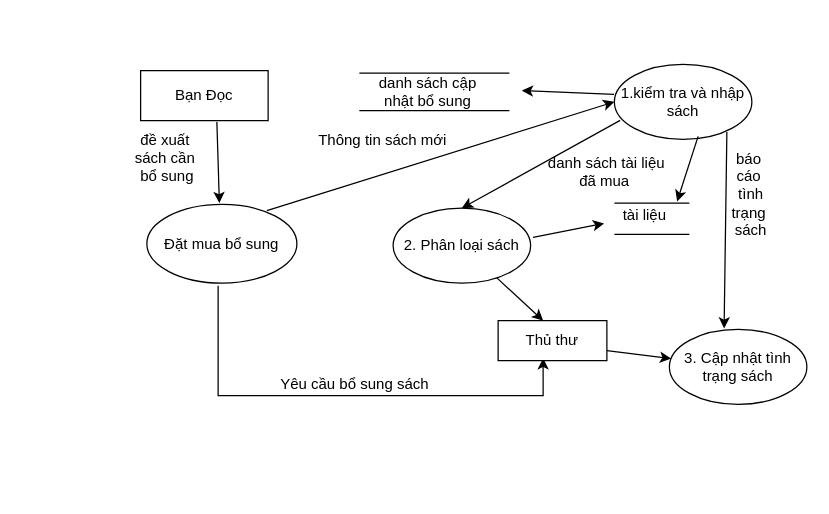
Above: page "sơ đồ mức dưới đỉnh quản lí sách" (6 of 8) of Nhóm 1.drawio in Nguyenquynh235/DoAnNhom1 (draw.io), before the change. Source tidied: cells renumbered, new cells numbered last; positions are measured from the earlier drawing's top-left corner, leaving out a move shared by most shapes. Both pictures are drawn from the tidied source at 125%, with x=0, y=0 at pixel (122, 64).
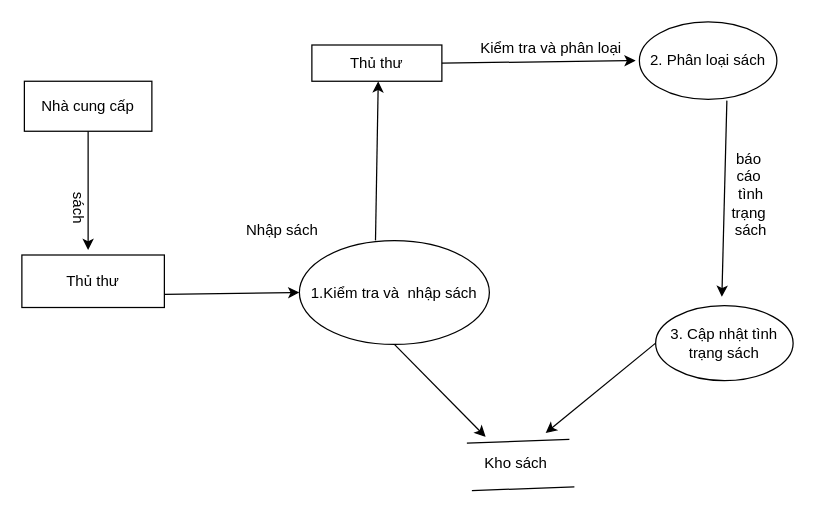
After the change.

Commit message (it also covers changes not shown here):
Cập nhật Nhóm 1.drawio

Diff of the diagram source:
```diff
@@
-    <mxCell id="2" style="edgeStyle=orthogonalEdgeStyle;rounded=0;jettySize=auto;html=1;exitX=0;exitY=0.5;exitDx=0;exitDy=0;" parent="1" edge="1" source="3">
-      <mxGeometry relative="1" as="geometry">
-        <mxPoint x="26" y="25" as="targetPoint" />
-      </mxGeometry>
-    </mxCell>
-    <mxCell id="3" value="Bạn Đọc" style="rounded=0;whiteSpace=wrap;html=1;" parent="1" vertex="1">
-      <mxGeometry x="14" y="5" width="102" height="40" as="geometry" />
+    <mxCell id="3" value="Nhà cung cấp" style="rounded=0;whiteSpace=wrap;html=1;" parent="1" vertex="1">
+      <mxGeometry x="-79" y="13.5" width="102" height="40" as="geometry" />
     </mxCell>
-    <mxCell id="4" style="endArrow=classic;html=1;rounded=0;" parent="1" edge="1">
+    <mxCell id="4" style="endArrow=classic;html=1;rounded=0;exitX=0.5;exitY=1;exitDx=0;exitDy=0;" parent="1" edge="1" source="3">
       <mxGeometry relative="1" as="geometry">
-        <mxPoint x="75" y="46" as="sourcePoint" />
-        <mxPoint x="77" y="111" as="targetPoint" />
+        <mxPoint x="-28" y="148.5" as="targetPoint" />
       </mxGeometry>
     </mxCell>
-    <mxCell id="5" style="endArrow=none;html=1;rounded=0;" parent="1" edge="1">
-      <mxGeometry relative="1" as="geometry">
-        <mxPoint x="309" y="7" as="sourcePoint" />
-        <mxPoint x="189" y="7" as="targetPoint" />
-      </mxGeometry>
-    </mxCell>
-    <mxCell id="6" style="endArrow=none;html=1;rounded=0;" parent="1" edge="1">
-      <mxGeometry relative="1" as="geometry">
-        <mxPoint x="309" y="37" as="sourcePoint" />
-        <mxPoint x="189" y="37" as="targetPoint" />
-      </mxGeometry>
-    </mxCell>
-    <mxCell id="7" value="danh sách cập nhật bổ sung" style="text;html=1;align=center;verticalAlign=middle;whiteSpace=wrap;rounded=0;" parent="1" vertex="1">
-      <mxGeometry x="199" y="7" width="90" height="30" as="geometry" />
-    </mxCell>
-    <mxCell id="8" value="2. Phân loại sách" style="ellipse;whiteSpace=wrap;html=1;" parent="1" vertex="1">
-      <mxGeometry x="216" y="115" width="110" height="60" as="geometry" />
+    <mxCell id="8" value="1.Kiểm tra và&amp;nbsp; nhập sách" style="ellipse;whiteSpace=wrap;html=1;" parent="1" vertex="1">
+      <mxGeometry x="141" y="141" width="152" height="83" as="geometry" />
     </mxCell>
     <mxCell id="9" value="3. Cập nhật tình trạng sách" style="ellipse;whiteSpace=wrap;html=1;" parent="1" vertex="1">
-      <mxGeometry x="437" y="212" width="110" height="60" as="geometry" />
+      <mxGeometry x="426" y="193" width="110" height="60" as="geometry" />
     </mxCell>
-    <mxCell id="10" value="danh sách tài liệu đã mua&amp;nbsp;" style="text;html=1;align=center;verticalAlign=middle;whiteSpace=wrap;rounded=0;strokeColor=none;" parent="1" vertex="1">
-      <mxGeometry x="337" y="66" width="100" height="40" as="geometry" />
-    </mxCell>
-    <mxCell id="11" style="endArrow=none;html=1;rounded=0;" parent="1" edge="1">
-      <mxGeometry relative="1" as="geometry">
-        <mxPoint x="453" y="111" as="sourcePoint" />
-        <mxPoint x="393" y="111" as="targetPoint" />
-      </mxGeometry>
-    </mxCell>
-    <mxCell id="12" style="endArrow=none;html=1;rounded=0;" parent="1" edge="1">
-      <mxGeometry relative="1" as="geometry">
-        <mxPoint x="453" y="136" as="sourcePoint" />
-        <mxPoint x="393" y="136" as="targetPoint" />
-      </mxGeometry>
-    </mxCell>
-    <mxCell id="13" value="tài liệu" style="text;html=1;align=center;verticalAlign=middle;points=[];strokeColor=none;fillColor=none;" parent="1" vertex="1">
-      <mxGeometry x="387" y="106" width="60" height="30" as="geometry" />
-    </mxCell>
-    <mxCell id="14" style="endArrow=classic;html=1;rounded=0;exitX=1;exitY=0.75;exitDx=0;exitDy=0;" parent="1" edge="1" source="29" target="9">
-      <mxGeometry relative="1" as="geometry" />
-    </mxCell>
-    <mxCell id="15" style="endArrow=classic;html=1;rounded=0;" parent="1" edge="1" source="8">
-      <mxGeometry relative="1" as="geometry">
-        <mxPoint x="336" y="205" as="targetPoint" />
-      </mxGeometry>
-    </mxCell>
-    <mxCell id="16" style="endArrow=classic;html=1;rounded=0;" parent="1" edge="1">
-      <mxGeometry relative="1" as="geometry">
-        <mxPoint x="76" y="177" as="sourcePoint" />
-        <mxPoint x="336" y="235" as="targetPoint" />
-        <Array as="points">
-          <mxPoint x="76" y="265" />
-          <mxPoint x="336" y="265" />
-        </Array>
-      </mxGeometry>
-    </mxCell>
-    <mxCell id="17" value="1.kiểm tra và nhập sách" style="ellipse;whiteSpace=wrap;html=1;" parent="1" vertex="1">
-      <mxGeometry x="393" width="110" height="60" as="geometry" />
+    <mxCell id="17" value="2. Phân loại sách" style="ellipse;whiteSpace=wrap;html=1;" parent="1" vertex="1">
+      <mxGeometry x="413" y="-34" width="110" height="62" as="geometry" />
     </mxCell>
-    <mxCell id="18" value="đề xuất&amp;nbsp;&lt;div&gt;sách cần&amp;nbsp;&lt;/div&gt;&lt;div&gt;bổ sung&lt;/div&gt;" style="text;html=1;align=center;verticalAlign=middle;strokeColor=none;fillColor=none;" parent="1" vertex="1">
-      <mxGeometry y="47.5" width="69" height="55" as="geometry" />
+    <mxCell id="18" value="&amp;nbsp;sách" style="text;html=1;align=center;verticalAlign=middle;strokeColor=none;fillColor=none;rotation=90;" parent="1" vertex="1">
+      <mxGeometry x="-59" y="99.5" width="47" height="26" as="geometry" />
     </mxCell>
-    <mxCell id="19" style="endArrow=classic;html=1;rounded=0;entryX=0.5;entryY=0;entryDx=0;entryDy=0;exitX=0.042;exitY=0.747;exitDx=0;exitDy=0;exitPerimeter=0;" parent="1" edge="1" source="17" target="8">
-      <mxGeometry relative="1" as="geometry" />
-    </mxCell>
-    <mxCell id="20" style="endArrow=classic;html=1;rounded=0;exitX=-0.002;exitY=0.4;exitDx=0;exitDy=0;exitPerimeter=0;" parent="1" edge="1" source="17">
-      <mxGeometry relative="1" as="geometry">
-        <mxPoint x="319" y="21" as="targetPoint" />
-      </mxGeometry>
-    </mxCell>
-    <mxCell id="21" style="endArrow=classic;html=1;rounded=0;entryX=-0.037;entryY=0.707;entryDx=0;entryDy=0;entryPerimeter=0;exitX=1.018;exitY=0.39;exitDx=0;exitDy=0;exitPerimeter=0;" parent="1" edge="1" source="8" target="13">
-      <mxGeometry relative="1" as="geometry" />
-    </mxCell>
-    <mxCell id="22" style="endArrow=classic;html=1;rounded=0;exitX=0.609;exitY=0.96;exitDx=0;exitDy=0;exitPerimeter=0;entryX=0.937;entryY=0.12;entryDx=0;entryDy=0;entryPerimeter=0;" parent="1" edge="1" source="17" target="13">
-      <mxGeometry relative="1" as="geometry" />
-    </mxCell>
-    <mxCell id="23" style="endArrow=classic;html=1;rounded=0;entryX=0.398;entryY=-0.013;entryDx=0;entryDy=0;entryPerimeter=0;" parent="1" edge="1" target="9">
+    <mxCell id="23" style="endArrow=classic;html=1;rounded=0;" parent="1" edge="1">
       <mxGeometry relative="1" as="geometry">
-        <mxPoint x="483" y="54" as="sourcePoint" />
+        <mxPoint x="483" y="29" as="sourcePoint" />
+        <mxPoint x="479" y="186" as="targetPoint" />
       </mxGeometry>
     </mxCell>
-    <mxCell id="24" style="endArrow=classic;html=1;rounded=0;entryX=0;entryY=0.5;entryDx=0;entryDy=0;" parent="1" edge="1" target="17">
+    <mxCell id="24" style="endArrow=classic;html=1;rounded=0;exitX=0.446;exitY=-0.002;exitDx=0;exitDy=0;exitPerimeter=0;" parent="1" edge="1">
       <mxGeometry relative="1" as="geometry">
-        <mxPoint x="115" y="117" as="sourcePoint" />
+        <mxPoint x="201.9" y="140.8" as="sourcePoint" />
+        <mxPoint x="204.1" y="13.5" as="targetPoint" />
       </mxGeometry>
     </mxCell>
-    <mxCell id="25" value="Thông tin sách mới&amp;nbsp;" style="text;html=1;align=center;verticalAlign=middle;strokeColor=none;fillColor=none;" parent="1" vertex="1">
-      <mxGeometry x="147" y="47.5" width="124" height="26" as="geometry" />
-    </mxCell>
@@
-    <mxCell id="27" value="Yêu cầu bổ sung sách" style="text;html=1;align=center;verticalAlign=middle;strokeColor=none;fillColor=none;" parent="1" vertex="1">
-      <mxGeometry x="116" y="243" width="137" height="26" as="geometry" />
+    <mxCell id="27" value="Nhập sách" style="text;html=1;align=center;verticalAlign=middle;strokeColor=none;fillColor=none;" parent="1" vertex="1">
+      <mxGeometry x="89" y="120" width="75" height="26" as="geometry" />
     </mxCell>
-    <mxCell id="28" value="Đặt mua bổ sung" style="ellipse;whiteSpace=wrap;html=1;" parent="1" vertex="1">
-      <mxGeometry x="19" y="112" width="120" height="63" as="geometry" />
-    </mxCell>
-    <mxCell id="29" value="Thủ thư" style="rounded=0;whiteSpace=wrap;html=1;" parent="1" vertex="1">
-      <mxGeometry x="300" y="205" width="87" height="32" as="geometry" />
-    </mxCell>
+    <mxCell id="30" value="Thủ thư" style="rounded=0;whiteSpace=wrap;html=1;" parent="1" vertex="1">
+      <mxGeometry x="-81" y="152.5" width="114" height="42" as="geometry" />
+    </mxCell>
+    <mxCell id="31" value="Thủ thư" style="rounded=0;whiteSpace=wrap;html=1;" parent="1" vertex="1">
+      <mxGeometry x="151" y="-15.5" width="104" height="29" as="geometry" />
+    </mxCell>
+    <mxCell id="32" style="endArrow=classic;html=1;rounded=0;exitX=1;exitY=0.5;exitDx=0;exitDy=0;" parent="1" edge="1" source="31">
+      <mxGeometry relative="1" as="geometry">
+        <mxPoint x="410" y="-3" as="targetPoint" />
+      </mxGeometry>
+    </mxCell>
+    <mxCell id="33" value="Kiểm tra và phân loại" style="text;html=1;align=center;verticalAlign=middle;strokeColor=none;fillColor=none;rotation=0;" parent="1" vertex="1">
+      <mxGeometry x="276" y="-26" width="131" height="26" as="geometry" />
+    </mxCell>
+    <mxCell id="34" style="endArrow=none;html=1;rounded=0;" parent="1" edge="1">
+      <mxGeometry relative="1" as="geometry">
+        <mxPoint x="279" y="341" as="sourcePoint" />
+        <mxPoint x="361" y="338" as="targetPoint" />
+      </mxGeometry>
+    </mxCell>
+    <mxCell id="35" style="endArrow=none;html=1;rounded=0;" parent="1" edge="1">
+      <mxGeometry relative="1" as="geometry">
+        <mxPoint x="275" y="303" as="sourcePoint" />
+        <mxPoint x="357" y="300" as="targetPoint" />
+      </mxGeometry>
+    </mxCell>
+    <mxCell id="36" value="Kho sách" style="text;html=1;align=center;verticalAlign=middle;strokeColor=none;fillColor=none;" parent="1" vertex="1">
+      <mxGeometry x="279.5" y="306" width="68" height="26" as="geometry" />
+    </mxCell>
+    <mxCell id="37" style="endArrow=classic;html=1;rounded=0;exitX=0;exitY=0.5;exitDx=0;exitDy=0;" parent="1" edge="1" source="9">
+      <mxGeometry relative="1" as="geometry">
+        <mxPoint x="338" y="295" as="targetPoint" />
+      </mxGeometry>
+    </mxCell>
+    <mxCell id="38" style="endArrow=classic;html=1;rounded=0;exitX=1;exitY=0.75;exitDx=0;exitDy=0;entryX=0;entryY=0.5;entryDx=0;entryDy=0;" parent="1" edge="1" source="30" target="8">
+      <mxGeometry relative="1" as="geometry" />
+    </mxCell>
+    <mxCell id="39" style="endArrow=classic;html=1;rounded=0;exitX=0.5;exitY=1;exitDx=0;exitDy=0;" parent="1" edge="1" source="8">
+      <mxGeometry relative="1" as="geometry">
+        <mxPoint x="290" y="298" as="targetPoint" />
+      </mxGeometry>
+    </mxCell>
```
